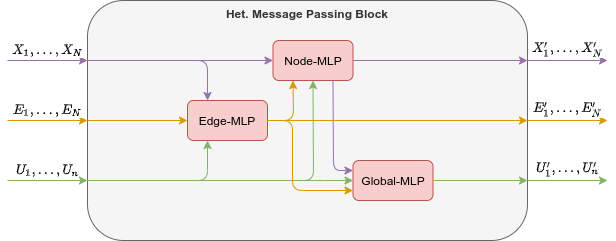
This is figures/heterogeneous_message_passing_block.png from lifebu/BachelorThesis, a draw.io export, as it was before one commit. Source tidied: cells renumbered, new cells last; positions are measured from the earlier drawing's top-left corner, leaving out a move shared by most shapes. Source of this version:
```xml
<mxGraphModel math="1">
  <root>
    <mxCell id="0" />
    <mxCell id="1" parent="0" />
    <mxCell id="2" value="&lt;font style=&quot;font-size: 12px&quot;&gt;Het. Message Passing Block&lt;/font&gt;" style="rounded=1;whiteSpace=wrap;html=1;fillColor=#f5f5f5;fontColor=#333333;strokeColor=#666666;verticalAlign=top;fontStyle=1;fontSize=12;" parent="1" vertex="1">
      <mxGeometry x="80" width="440" height="240" as="geometry" />
    </mxCell>
    <mxCell id="3" value="\(U_1,...,U_n\)" style="endArrow=classic;html=1;rounded=0;entryX=0;entryY=0.75;entryDx=0;entryDy=0;verticalAlign=bottom;fillColor=#d5e8d4;strokeColor=#82b366;" parent="1" edge="1" target="2">
      <mxGeometry relative="1" as="geometry">
        <mxPoint y="180" as="sourcePoint" />
      </mxGeometry>
    </mxCell>
    <mxCell id="4" value="\(X_1,...,X_N\)" style="endArrow=classic;html=1;rounded=0;verticalAlign=bottom;entryX=0;entryY=0.25;entryDx=0;entryDy=0;fillColor=#e1d5e7;strokeColor=#9673a6;" parent="1" edge="1" target="2">
      <mxGeometry relative="1" as="geometry">
        <mxPoint y="60" as="sourcePoint" />
      </mxGeometry>
    </mxCell>
    <mxCell id="5" value="\(E_1,...,E_N\)" style="endArrow=classic;html=1;rounded=0;entryX=0;entryY=0.5;entryDx=0;entryDy=0;verticalAlign=bottom;fillColor=#ffe6cc;strokeColor=#d79b00;" parent="1" edge="1" target="2">
      <mxGeometry relative="1" as="geometry">
        <mxPoint y="120" as="sourcePoint" />
      </mxGeometry>
    </mxCell>
    <mxCell id="6" value="\(X'_1,...,X'_N\)" style="endArrow=classic;html=1;rounded=0;verticalAlign=bottom;exitX=1;exitY=0.25;exitDx=0;exitDy=0;fillColor=#e1d5e7;strokeColor=#9673a6;" parent="1" edge="1" source="2">
      <mxGeometry relative="1" as="geometry">
        <mxPoint x="600" y="60" as="targetPoint" />
      </mxGeometry>
    </mxCell>
    <mxCell id="7" value="\(E'_1,...,E'_N\)" style="endArrow=classic;html=1;rounded=0;verticalAlign=bottom;exitX=1;exitY=0.5;exitDx=0;exitDy=0;fillColor=#ffe6cc;strokeColor=#d79b00;" parent="1" edge="1" source="2">
      <mxGeometry relative="1" as="geometry">
        <mxPoint x="600" y="120" as="targetPoint" />
      </mxGeometry>
    </mxCell>
    <mxCell id="8" value="\(U'_1,...,U'_n\)" style="endArrow=classic;html=1;rounded=0;exitX=1;exitY=0.75;exitDx=0;exitDy=0;verticalAlign=bottom;fillColor=#d5e8d4;strokeColor=#82b366;" parent="1" edge="1" source="2">
      <mxGeometry relative="1" as="geometry">
        <mxPoint x="600" y="180" as="targetPoint" />
      </mxGeometry>
    </mxCell>
    <mxCell id="9" value="Node-MLP" style="rounded=1;whiteSpace=wrap;html=1;fillColor=#f8cecc;strokeColor=#b85450;" parent="1" vertex="1">
      <mxGeometry x="265.5" y="40" width="80" height="40" as="geometry" />
    </mxCell>
    <mxCell id="10" value="Edge-MLP" style="rounded=1;whiteSpace=wrap;html=1;fillColor=#f8cecc;strokeColor=#b85450;" parent="1" vertex="1">
      <mxGeometry x="180" y="100" width="80" height="40" as="geometry" />
    </mxCell>
    <mxCell id="11" value="Global-MLP" style="rounded=1;whiteSpace=wrap;html=1;fillColor=#f8cecc;strokeColor=#b85450;" parent="1" vertex="1">
      <mxGeometry x="345.5" y="160" width="80" height="40" as="geometry" />
    </mxCell>
    <mxCell id="12" style="endArrow=classic;html=1;rounded=1;verticalAlign=bottom;entryX=0.25;entryY=0;entryDx=0;entryDy=0;exitX=0;exitY=0.25;exitDx=0;exitDy=0;fillColor=#e1d5e7;strokeColor=#9673a6;" parent="1" edge="1" source="2" target="10">
      <mxGeometry relative="1" as="geometry">
        <Array as="points">
          <mxPoint x="200" y="60" />
        </Array>
      </mxGeometry>
    </mxCell>
    <mxCell id="13" style="endArrow=classic;html=1;rounded=1;verticalAlign=bottom;entryX=0;entryY=0.5;entryDx=0;entryDy=0;exitX=0;exitY=0.5;exitDx=0;exitDy=0;fillColor=#ffe6cc;strokeColor=#d79b00;" parent="1" edge="1" source="2" target="10">
      <mxGeometry relative="1" as="geometry" />
    </mxCell>
    <mxCell id="14" style="endArrow=classic;html=1;rounded=1;verticalAlign=bottom;entryX=0.25;entryY=1;entryDx=0;entryDy=0;exitX=0;exitY=0.75;exitDx=0;exitDy=0;fillColor=#d5e8d4;strokeColor=#82b366;" parent="1" edge="1" source="2" target="10">
      <mxGeometry relative="1" as="geometry">
        <Array as="points">
          <mxPoint x="200" y="180" />
        </Array>
      </mxGeometry>
    </mxCell>
    <mxCell id="15" style="endArrow=classic;html=1;rounded=1;verticalAlign=bottom;entryX=0;entryY=0.5;entryDx=0;entryDy=0;exitX=0;exitY=0.25;exitDx=0;exitDy=0;fillColor=#e1d5e7;strokeColor=#9673a6;" parent="1" edge="1" source="2" target="9">
      <mxGeometry relative="1" as="geometry" />
    </mxCell>
    <mxCell id="16" style="endArrow=classic;html=1;rounded=1;verticalAlign=bottom;entryX=0.5;entryY=1;entryDx=0;entryDy=0;exitX=0;exitY=0.75;exitDx=0;exitDy=0;fillColor=#d5e8d4;strokeColor=#82b366;" parent="1" edge="1" source="2" target="9">
      <mxGeometry relative="1" as="geometry">
        <Array as="points">
          <mxPoint x="306" y="180" />
        </Array>
      </mxGeometry>
    </mxCell>
    <mxCell id="17" style="endArrow=classic;html=1;rounded=1;verticalAlign=bottom;entryX=0.25;entryY=1;entryDx=0;entryDy=0;exitX=1;exitY=0.5;exitDx=0;exitDy=0;fillColor=#ffe6cc;strokeColor=#d79b00;" parent="1" edge="1" source="10" target="9">
      <mxGeometry relative="1" as="geometry">
        <Array as="points">
          <mxPoint x="286" y="120" />
        </Array>
      </mxGeometry>
    </mxCell>
    <mxCell id="18" style="endArrow=classic;html=1;rounded=1;verticalAlign=bottom;entryX=0;entryY=0.5;entryDx=0;entryDy=0;exitX=0;exitY=0.75;exitDx=0;exitDy=0;fillColor=#d5e8d4;strokeColor=#82b366;" parent="1" edge="1" source="2" target="11">
      <mxGeometry relative="1" as="geometry">
        <Array as="points">
          <mxPoint x="306" y="180" />
        </Array>
      </mxGeometry>
    </mxCell>
    <mxCell id="19" style="endArrow=classic;html=1;rounded=1;verticalAlign=bottom;entryX=0;entryY=0.25;entryDx=0;entryDy=0;exitX=0.75;exitY=1;exitDx=0;exitDy=0;fillColor=#e1d5e7;strokeColor=#9673a6;" parent="1" edge="1" source="9" target="11">
      <mxGeometry relative="1" as="geometry">
        <Array as="points">
          <mxPoint x="326" y="170" />
        </Array>
      </mxGeometry>
    </mxCell>
    <mxCell id="20" style="endArrow=classic;html=1;rounded=1;verticalAlign=bottom;entryX=0;entryY=0.75;entryDx=0;entryDy=0;startSize=6;endFill=1;fillColor=#ffe6cc;strokeColor=#d79b00;" parent="1" edge="1" target="11">
      <mxGeometry relative="1" as="geometry">
        <mxPoint x="260" y="120" as="sourcePoint" />
        <Array as="points">
          <mxPoint x="285" y="120" />
          <mxPoint x="285" y="190" />
        </Array>
      </mxGeometry>
    </mxCell>
    <mxCell id="21" style="endArrow=classic;html=1;rounded=1;verticalAlign=bottom;startSize=6;endFill=1;exitX=1;exitY=0.5;exitDx=0;exitDy=0;fillColor=#ffe6cc;strokeColor=#d79b00;entryX=1;entryY=0.5;entryDx=0;entryDy=0;" parent="1" edge="1" source="10" target="2">
      <mxGeometry relative="1" as="geometry" />
    </mxCell>
    <mxCell id="22" style="endArrow=classic;html=1;rounded=1;verticalAlign=bottom;startSize=6;endFill=1;exitX=1;exitY=0.5;exitDx=0;exitDy=0;entryX=1;entryY=0.25;entryDx=0;entryDy=0;fillColor=#e1d5e7;strokeColor=#9673a6;" parent="1" edge="1" source="9" target="2">
      <mxGeometry relative="1" as="geometry" />
    </mxCell>
    <mxCell id="23" style="endArrow=classic;html=1;rounded=1;verticalAlign=bottom;startSize=6;endFill=1;exitX=1;exitY=0.5;exitDx=0;exitDy=0;entryX=1;entryY=0.75;entryDx=0;entryDy=0;fillColor=#d5e8d4;strokeColor=#82b366;" parent="1" edge="1" source="11" target="2">
      <mxGeometry relative="1" as="geometry" />
    </mxCell>
  </root>
</mxGraphModel>
```
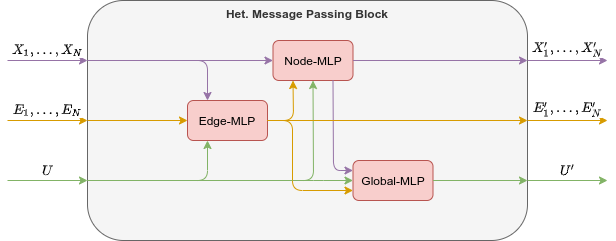
The same diagram one commit later.

Commit message:
- finished first pass on architecture chapter. - added notation table to preliminaries.

Diff of the diagram source:
```diff
@@ -5,7 +5,7 @@
     <mxCell id="2" value="&lt;font style=&quot;font-size: 12px&quot;&gt;Het. Message Passing Block&lt;/font&gt;" style="rounded=1;whiteSpace=wrap;html=1;fillColor=#f5f5f5;fontColor=#333333;strokeColor=#666666;verticalAlign=top;fontStyle=1;fontSize=12;" parent="1" vertex="1">
       <mxGeometry x="80" width="440" height="240" as="geometry" />
     </mxCell>
-    <mxCell id="3" value="\(U_1,...,U_n\)" style="endArrow=classic;html=1;rounded=0;entryX=0;entryY=0.75;entryDx=0;entryDy=0;verticalAlign=bottom;fillColor=#d5e8d4;strokeColor=#82b366;" parent="1" edge="1" target="2">
+    <mxCell id="3" value="\(U\)" style="endArrow=classic;html=1;rounded=0;entryX=0;entryY=0.75;entryDx=0;entryDy=0;verticalAlign=bottom;fillColor=#d5e8d4;strokeColor=#82b366;" parent="1" edge="1" target="2">
       <mxGeometry relative="1" as="geometry">
         <mxPoint y="180" as="sourcePoint" />
       </mxGeometry>
@@ -30,7 +30,7 @@
         <mxPoint x="600" y="120" as="targetPoint" />
       </mxGeometry>
     </mxCell>
-    <mxCell id="8" value="\(U'_1,...,U'_n\)" style="endArrow=classic;html=1;rounded=0;exitX=1;exitY=0.75;exitDx=0;exitDy=0;verticalAlign=bottom;fillColor=#d5e8d4;strokeColor=#82b366;" parent="1" edge="1" source="2">
+    <mxCell id="8" value="\(U'\)" style="endArrow=classic;html=1;rounded=0;exitX=1;exitY=0.75;exitDx=0;exitDy=0;verticalAlign=bottom;fillColor=#d5e8d4;strokeColor=#82b366;" parent="1" edge="1" source="2">
       <mxGeometry relative="1" as="geometry">
         <mxPoint x="600" y="180" as="targetPoint" />
       </mxGeometry>
```
